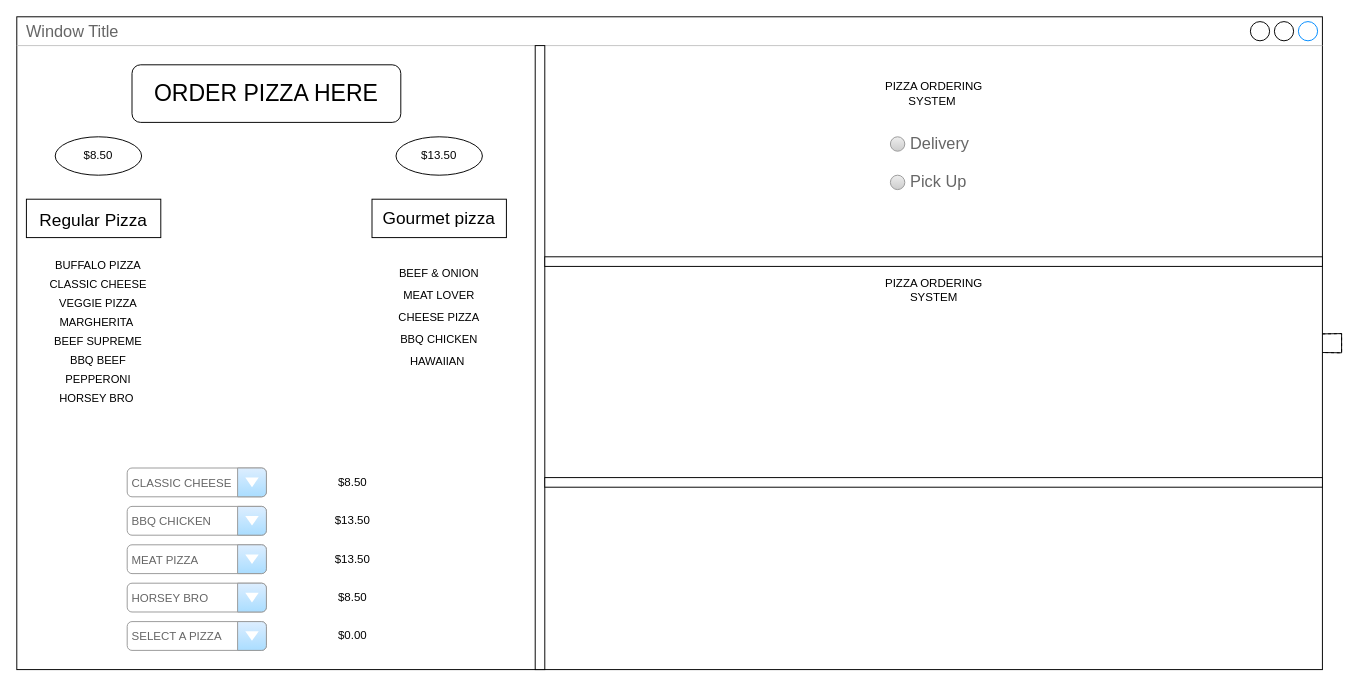
Earlier version of the draw.io diagram wireframe.drawio (ASDAH-Digtal/pizza-program-solomon-tup). Source tidied: cells renumbered, new cells numbered last; positions are measured from the earlier drawing's top-left corner, leaving out a move shared by most shapes. Both pictures are drawn from the tidied source at 96%, with x=0, y=0 at pixel (16, 16).
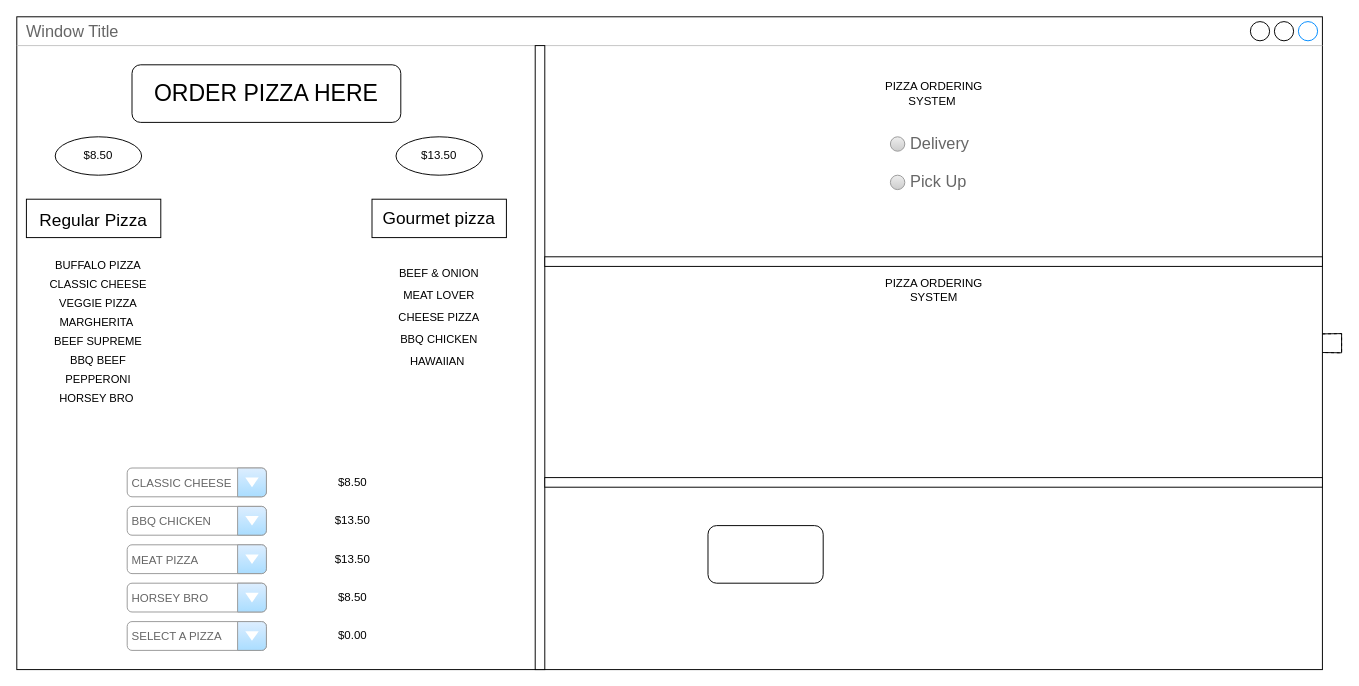
After the change.

Change to the diagram source:
```diff
@@
+    <mxCell id="35" style="rounded=1;whiteSpace=wrap;html=1;" parent="1" vertex="1">
+      <mxGeometry x="720" y="530" width="120" height="60" as="geometry" />
+    </mxCell>
```
